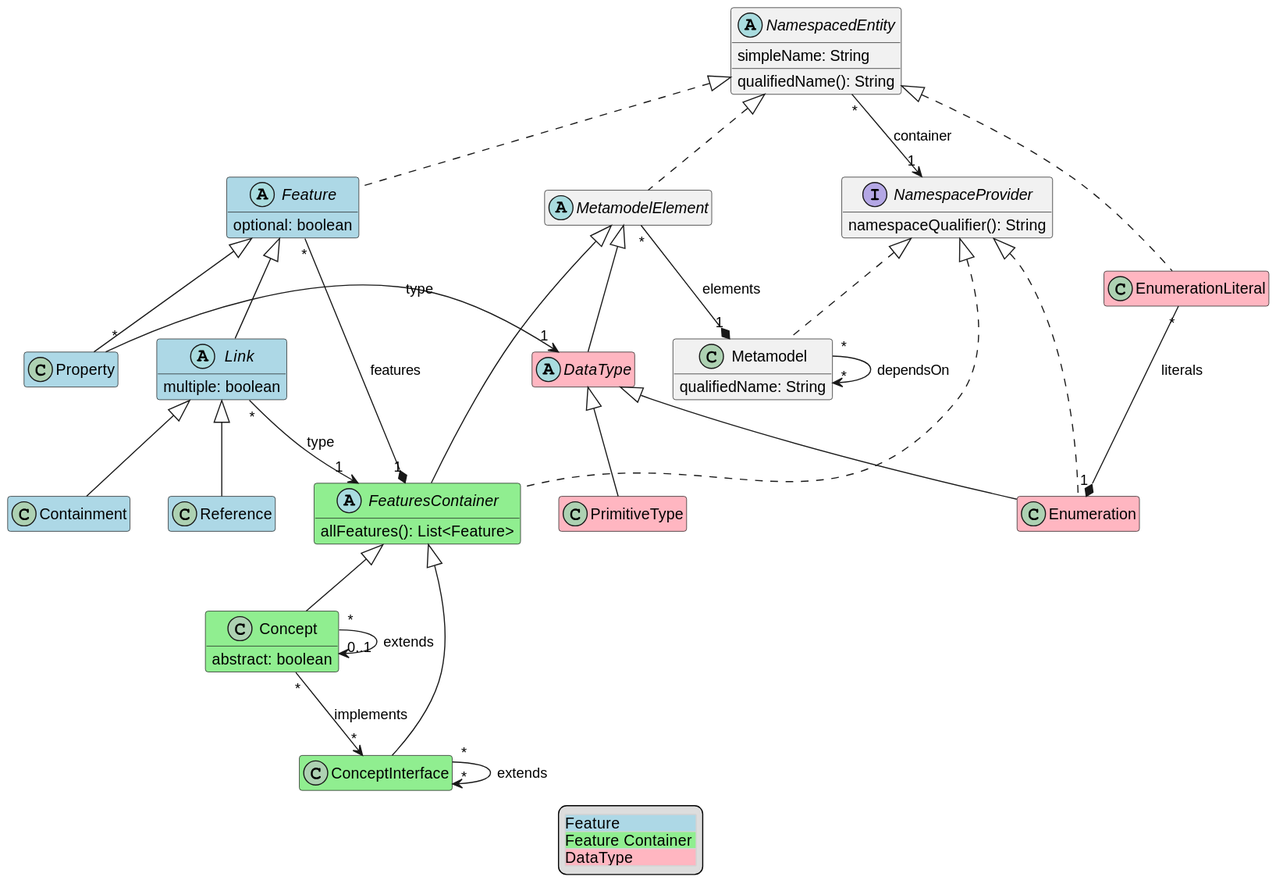
LionWeb-io/specification keeps this PlantUML diagram as lioncore/metametamodel.svg. Above is the earlier version. Its source is kept beside it as lioncore/metametamodel.puml.
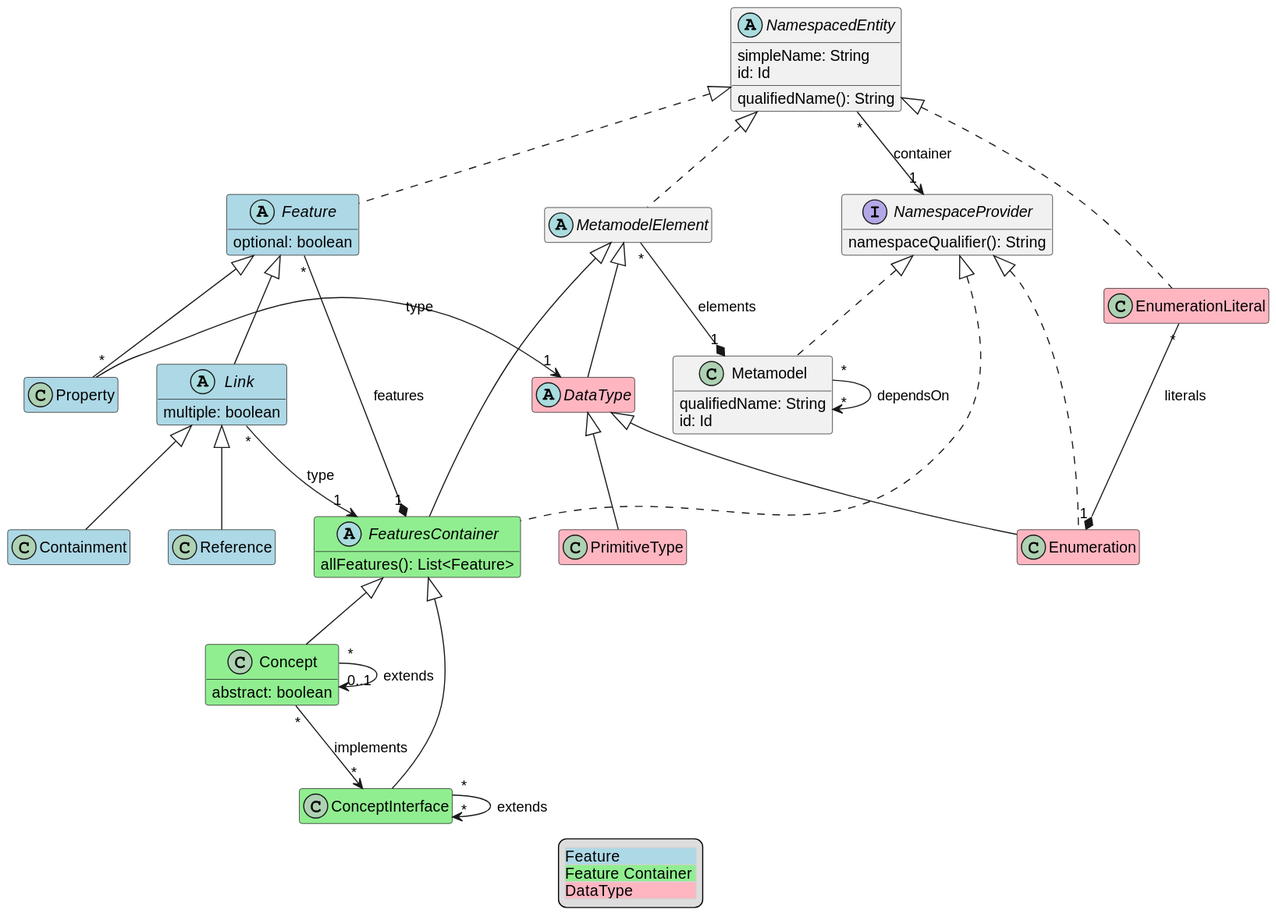
Later version of the same file.

Commit message:
introduced attribute "id: Id" to NamespacedEntity and Metamodel in M3 diagram

The edit, as a diff of the source:
```diff
@@ -29,6 +29,7 @@
 
 class Metamodel implements NamespaceProvider {
   qualifiedName: String
+  id: Id
 }
 
 abstract class MetamodelElement implements NamespacedEntity
@@ -36,6 +37,7 @@
 abstract class NamespacedEntity {
   simpleName: String
   qualifiedName(): String
+  id: Id
 }
 
 interface NamespaceProvider {
```
